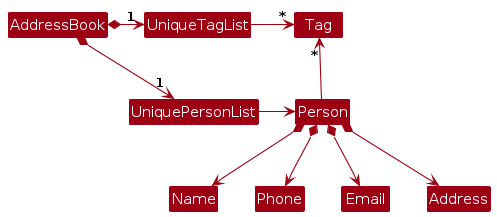
Earlier version of the PlantUML export diagrams/BetterModelClassDiagram.png (AY2627S1-CS2103T-T08-2/tp). Its source is kept beside it as diagrams/BetterModelClassDiagram.puml. The source it was exported from:
```plantuml
@startuml
!include style.puml
skinparam arrowThickness 1.1
skinparam arrowColor MODEL_COLOR
skinparam classBackgroundColor MODEL_COLOR

AddressBook *-right-> "1" UniquePersonList
AddressBook *-right-> "1" UniqueTagList
UniqueTagList -[hidden]down- UniquePersonList
UniqueTagList -[hidden]down- UniquePersonList

UniqueTagList -right-> "*" Tag
UniquePersonList -right-> Person

Person -up-> "*" Tag

Person *--> Name
Person *--> Phone
Person *--> Email
Person *--> Address
@enduml
```
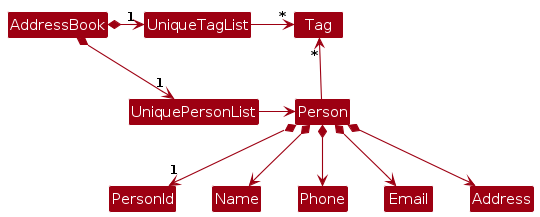
The same diagram one commit later.

The edit, as a diff of the source:
```diff
@@ -14,6 +14,7 @@
 
 Person -up-> "*" Tag
 
+Person *--> "1" PersonId
 Person *--> Name
 Person *--> Phone
 Person *--> Email
```
